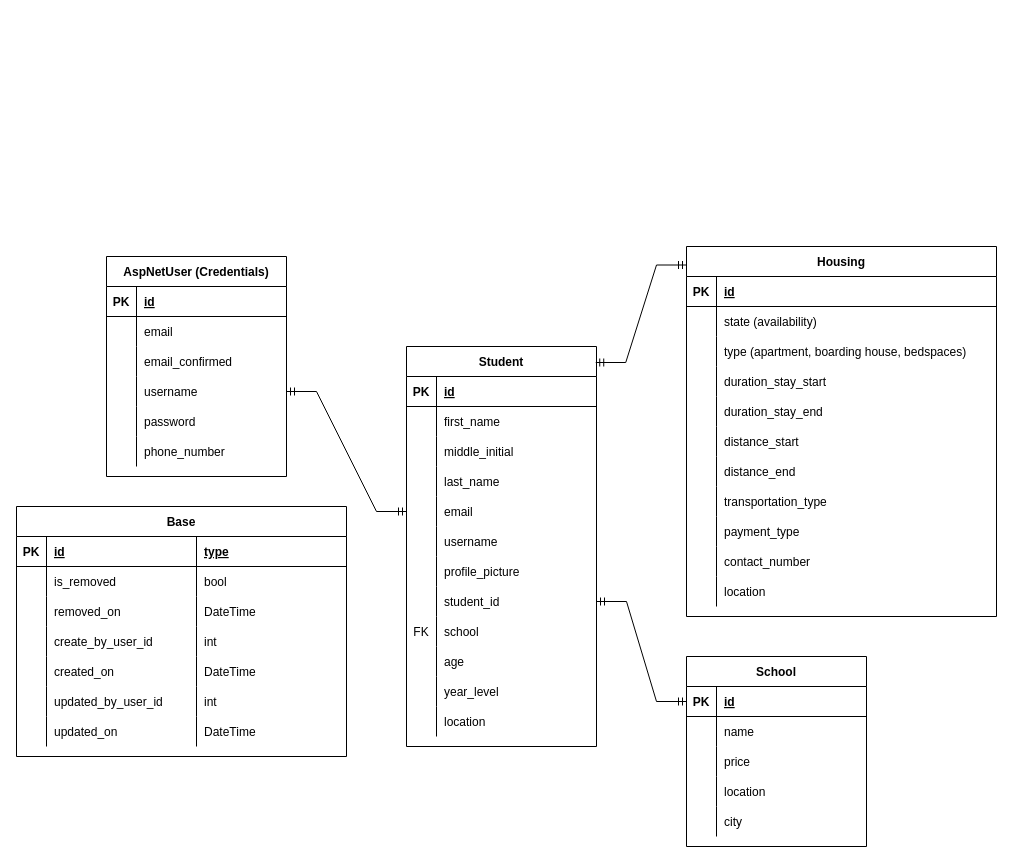
The draw.io diagram Untitled Diagram.drawio in genebit/draw.io-diagrams, before the edit. Source tidied: cells renumbered, new cells numbered last; positions are measured from the earlier drawing's top-left corner, leaving out a move shared by most shapes. Both pictures are drawn from the tidied source at 100%, with x=0, y=0 at pixel (16, 246).
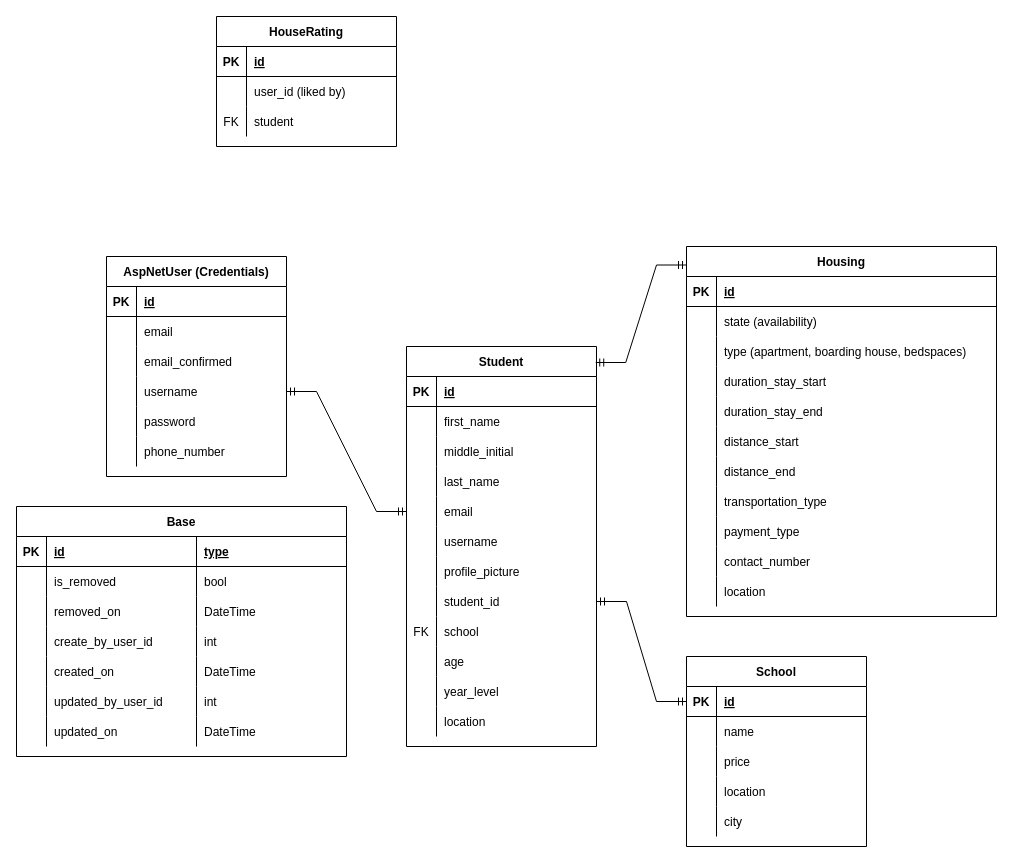
Above is the later version.

The edit, as a diff of the source:
```diff
@@
+    <mxCell id="140" value="HouseRating" style="shape=table;startSize=30;childLayout=tableLayout;rowLines=0;fontStyle=1;align=center;" parent="1" vertex="1">
+      <mxGeometry x="200" y="-230" width="180" height="130" as="geometry" />
+    </mxCell>
+    <mxCell id="141" style="shape=tableRow;horizontal=0;startSize=0;swimlaneHead=0;swimlaneBody=0;fillColor=none;top=0;left=0;right=0;bottom=1;" parent="140" vertex="1">
+      <mxGeometry y="30" width="180" height="30" as="geometry" />
+    </mxCell>
+    <mxCell id="142" value="PK" style="shape=partialRectangle;fillColor=none;top=0;left=0;bottom=0;right=0;fontStyle=1;overflow=hidden;" parent="141" vertex="1">
+      <mxGeometry width="30" height="30" as="geometry" />
+    </mxCell>
+    <mxCell id="143" value="id" style="shape=partialRectangle;fillColor=none;top=0;left=0;bottom=0;right=0;align=left;spacingLeft=6;fontStyle=5;overflow=hidden;" parent="141" vertex="1">
+      <mxGeometry x="30" width="150" height="30" as="geometry" />
+    </mxCell>
+    <mxCell id="144" style="shape=tableRow;horizontal=0;startSize=0;swimlaneHead=0;swimlaneBody=0;fillColor=none;top=0;left=0;right=0;bottom=0;" parent="140" vertex="1">
+      <mxGeometry y="60" width="180" height="30" as="geometry" />
+    </mxCell>
+    <mxCell id="145" style="shape=partialRectangle;fillColor=none;top=0;left=0;bottom=0;right=0;overflow=hidden;" parent="144" vertex="1">
+      <mxGeometry width="30" height="30" as="geometry" />
+    </mxCell>
+    <mxCell id="146" value="user_id (liked by)" style="shape=partialRectangle;fillColor=none;top=0;left=0;bottom=0;right=0;align=left;spacingLeft=6;overflow=hidden;" parent="144" vertex="1">
+      <mxGeometry x="30" width="150" height="30" as="geometry" />
+    </mxCell>
+    <mxCell id="147" style="shape=tableRow;horizontal=0;startSize=0;swimlaneHead=0;swimlaneBody=0;fillColor=none;top=0;left=0;right=0;bottom=0;" parent="140" vertex="1">
+      <mxGeometry y="90" width="180" height="30" as="geometry" />
+    </mxCell>
+    <mxCell id="148" value="FK" style="shape=partialRectangle;fillColor=none;top=0;left=0;bottom=0;right=0;overflow=hidden;" parent="147" vertex="1">
+      <mxGeometry width="30" height="30" as="geometry" />
+    </mxCell>
+    <mxCell id="149" value="student" style="shape=partialRectangle;fillColor=none;top=0;left=0;bottom=0;right=0;align=left;spacingLeft=6;overflow=hidden;" parent="147" vertex="1">
+      <mxGeometry x="30" width="150" height="30" as="geometry" />
+    </mxCell>
```
